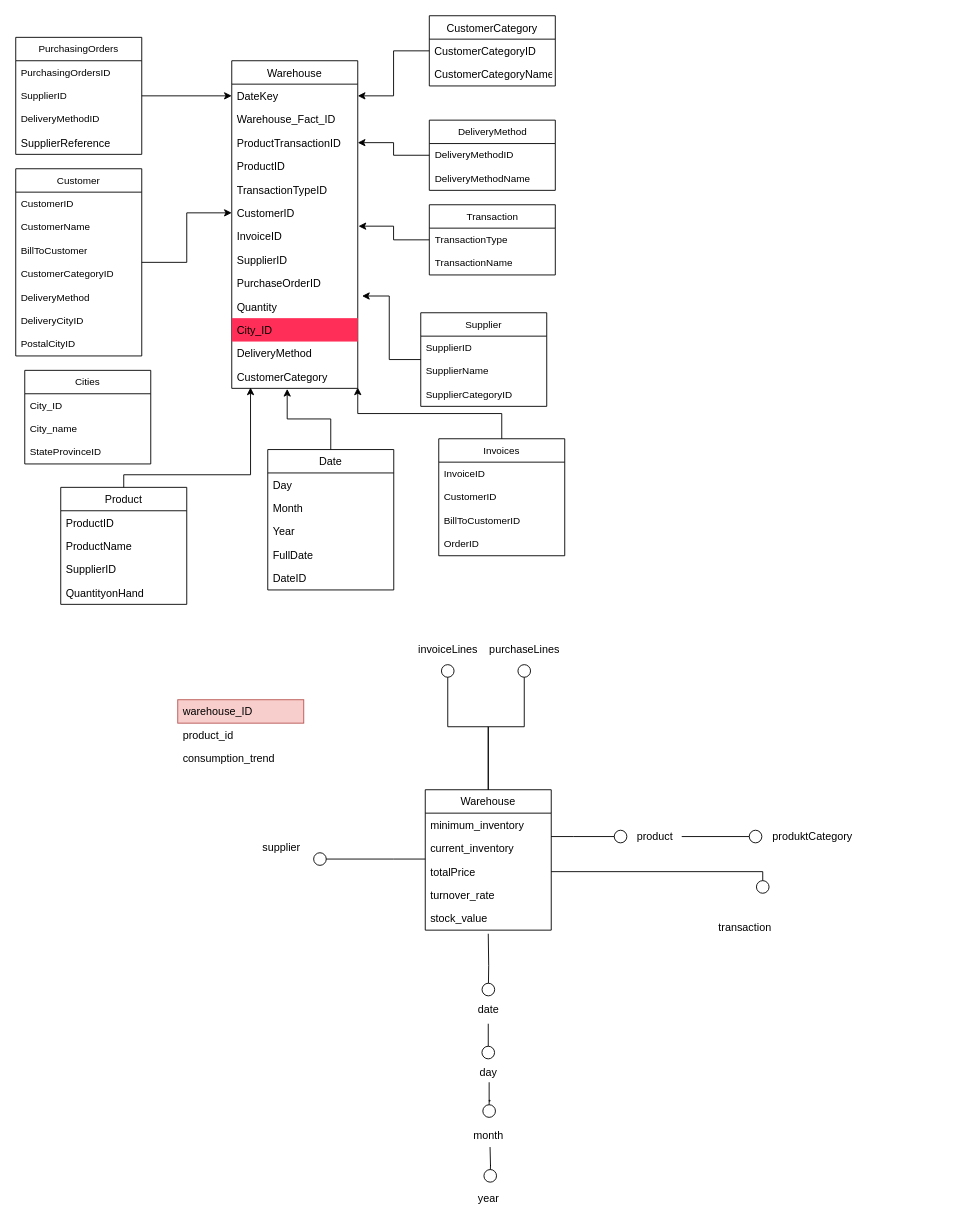
The draw.io diagram page "Lagerhaltung" (5 of 7) of Datenbankmodell_Abgabe_neu.drawio in Lukas313/PR-DKE, before the edit. Source tidied: cells renumbered, new cells numbered last; positions are measured from the earlier drawing's top-left corner, leaving out a move shared by most shapes. Both pictures are drawn from the tidied source at 90%, with x=0, y=0 at pixel (15, 15).
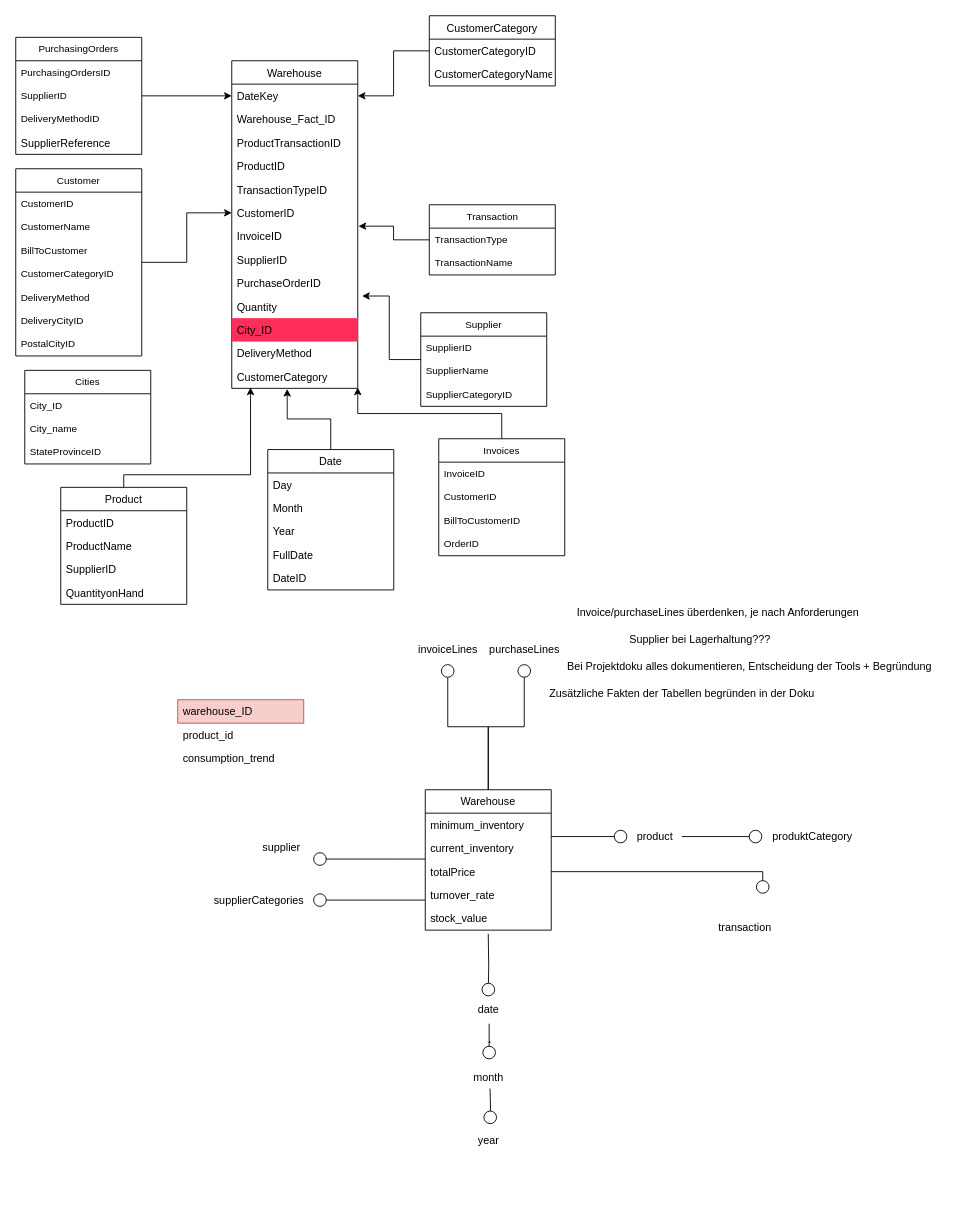
The same diagram, later.

Unchanged cells that the change refers to:
```xml
<mxCell id="19" value="ProductTransactionID" style="text;strokeColor=none;fillColor=none;align=left;verticalAlign=top;spacingLeft=4;spacingRight=4;overflow=hidden;points=[[0,0.5],[1,0.5]];portConstraint=eastwest;" parent="16" vertex="1">
  <mxGeometry y="78" width="140" height="26" as="geometry" />
</mxCell>
<mxCell id="38" value="date" style="text;html=1;align=center;verticalAlign=middle;points=[];strokeColor=none;fillColor=none;" parent="1" vertex="1">
  <mxGeometry x="500" y="1090" width="50" height="30" as="geometry" />
</mxCell>
```

Change to the diagram source:
```diff
@@
     <mxCell id="39" value="year" style="text;html=1;align=center;verticalAlign=middle;strokeColor=none;fillColor=none;" parent="1" vertex="1">
-      <mxGeometry x="500" y="1300" width="50" height="30" as="geometry" />
+      <mxGeometry x="500" y="1235" width="50" height="30" as="geometry" />
     </mxCell>
-    <mxCell id="40" style="edgeStyle=orthogonalEdgeStyle;rounded=0;jettySize=auto;html=1;endArrow=circle;endFill=0;" parent="1" edge="1" source="38" target="41">
-      <mxGeometry relative="1" as="geometry" />
-    </mxCell>
-    <mxCell id="41" value="day" style="text;html=1;align=center;verticalAlign=middle;points=[];strokeColor=none;fillColor=none;" parent="1" vertex="1">
-      <mxGeometry x="505" y="1160" width="40" height="30" as="geometry" />
-    </mxCell>
     <mxCell id="42" style="edgeStyle=orthogonalEdgeStyle;rounded=0;orthogonalLoop=1;jettySize=auto;html=1;endArrow=circle;endFill=0;" parent="1" edge="1">
       <mxGeometry relative="1" as="geometry">
-        <mxPoint x="526" y="1185" as="sourcePoint" />
-        <mxPoint x="526" y="1225" as="targetPoint" />
+        <mxPoint x="526" y="1120" as="sourcePoint" />
+        <mxPoint x="526" y="1160" as="targetPoint" />
         <Array as="points">
-          <mxPoint x="526" y="1206" />
-          <mxPoint x="527" y="1206" />
-          <mxPoint x="527" y="1205" />
-          <mxPoint x="526" y="1205" />
+          <mxPoint x="526" y="1141" />
+          <mxPoint x="527" y="1141" />
+          <mxPoint x="527" y="1140" />
+          <mxPoint x="526" y="1140" />
         </Array>
       </mxGeometry>
     </mxCell>
     <mxCell id="43" value="month" style="text;html=1;align=center;verticalAlign=middle;strokeColor=none;fillColor=none;" parent="1" vertex="1">
-      <mxGeometry x="495" y="1230" width="60" height="30" as="geometry" />
+      <mxGeometry x="495" y="1165" width="60" height="30" as="geometry" />
     </mxCell>
     <mxCell id="44" style="edgeStyle=orthogonalEdgeStyle;rounded=0;orthogonalLoop=1;jettySize=auto;html=1;endArrow=circle;endFill=0;" parent="1" edge="1">
       <mxGeometry relative="1" as="geometry">
-        <mxPoint x="527" y="1257" as="sourcePoint" />
-        <mxPoint x="527" y="1297" as="targetPoint" />
+        <mxPoint x="527" y="1192" as="sourcePoint" />
+        <mxPoint x="527" y="1232" as="targetPoint" />
       </mxGeometry>
     </mxCell>
@@
-    <mxCell id="59" value="DeliveryMethod" style="swimlane;fontStyle=0;horizontal=1;startSize=26;fillColor=none;whiteSpace=wrap;html=1;fontFamily=Helvetica;fontSize=11;fontColor=default;" parent="1" vertex="1">
-      <mxGeometry x="459.5" y="116" width="140" height="78" as="geometry" />
-    </mxCell>
-    <mxCell id="60" value="DeliveryMethodID" style="text;strokeColor=none;fillColor=none;align=left;verticalAlign=top;spacingLeft=4;spacingRight=4;overflow=hidden;points=[[0,0.5],[1,0.5]];portConstraint=eastwest;whiteSpace=wrap;html=1;fontSize=11;fontFamily=Helvetica;fontColor=default;" parent="59" vertex="1">
-      <mxGeometry y="26" width="140" height="26" as="geometry" />
-    </mxCell>
-    <mxCell id="61" value="DeliveryMethodName" style="text;strokeColor=none;fillColor=none;align=left;verticalAlign=top;spacingLeft=4;spacingRight=4;overflow=hidden;whiteSpace=wrap;html=1;fontSize=11;fontFamily=Helvetica;fontColor=default;" parent="59" vertex="1">
-      <mxGeometry y="52" width="140" height="26" as="geometry" />
-    </mxCell>
@@
-    <mxCell id="94" style="edgeStyle=orthogonalEdgeStyle;shape=connector;rounded=0;jettySize=auto;html=1;entryX=1;entryY=0.5;entryDx=0;entryDy=0;labelBackgroundColor=default;strokeColor=default;align=center;verticalAlign=middle;fontFamily=Helvetica;fontSize=11;fontColor=default;endArrow=classic;" parent="1" edge="1" source="60" target="19">
-      <mxGeometry relative="1" as="geometry" />
-    </mxCell>
@@
+    <mxCell id="100" value="supplierCategories" style="text;html=1;align=center;verticalAlign=middle;strokeColor=none;fillColor=none;" parent="1" vertex="1">
+      <mxGeometry x="210" y="968" width="120" height="30" as="geometry" />
+    </mxCell>
+    <mxCell id="101" style="edgeStyle=orthogonalEdgeStyle;rounded=0;orthogonalLoop=1;jettySize=auto;html=1;endArrow=circle;endFill=0;" parent="1" edge="1">
+      <mxGeometry relative="1" as="geometry">
+        <mxPoint x="455" y="982.6" as="sourcePoint" />
+        <mxPoint x="330" y="982.6" as="targetPoint" />
+        <Array as="points">
+          <mxPoint x="420" y="982.6" />
+          <mxPoint x="420" y="982.6" />
+        </Array>
+      </mxGeometry>
+    </mxCell>
+    <mxCell id="102" value="Invoice/purchaseLines überdenken, je nach Anforderungen" style="text;html=1;align=center;verticalAlign=middle;strokeColor=none;fillColor=none;" parent="1" vertex="1">
+      <mxGeometry x="610" y="648" width="340" height="30" as="geometry" />
+    </mxCell>
+    <mxCell id="103" value="Supplier bei Lagerhaltung???" style="text;html=1;align=center;verticalAlign=middle;strokeColor=none;fillColor=none;" parent="1" vertex="1">
+      <mxGeometry x="670" y="678" width="180" height="30" as="geometry" />
+    </mxCell>
+    <mxCell id="104" value="Bei Projektdoku alles dokumentieren, Entscheidung der Tools + Begründung" style="text;html=1;align=center;verticalAlign=middle;strokeColor=none;fillColor=none;" parent="1" vertex="1">
+      <mxGeometry x="599.5" y="708" width="430" height="30" as="geometry" />
+    </mxCell>
+    <mxCell id="105" value="Zusätzliche Fakten der Tabellen begründen in der Doku" style="text;html=1;align=center;verticalAlign=middle;strokeColor=none;fillColor=none;" parent="1" vertex="1">
+      <mxGeometry x="580" y="738" width="320" height="30" as="geometry" />
+    </mxCell>
```
